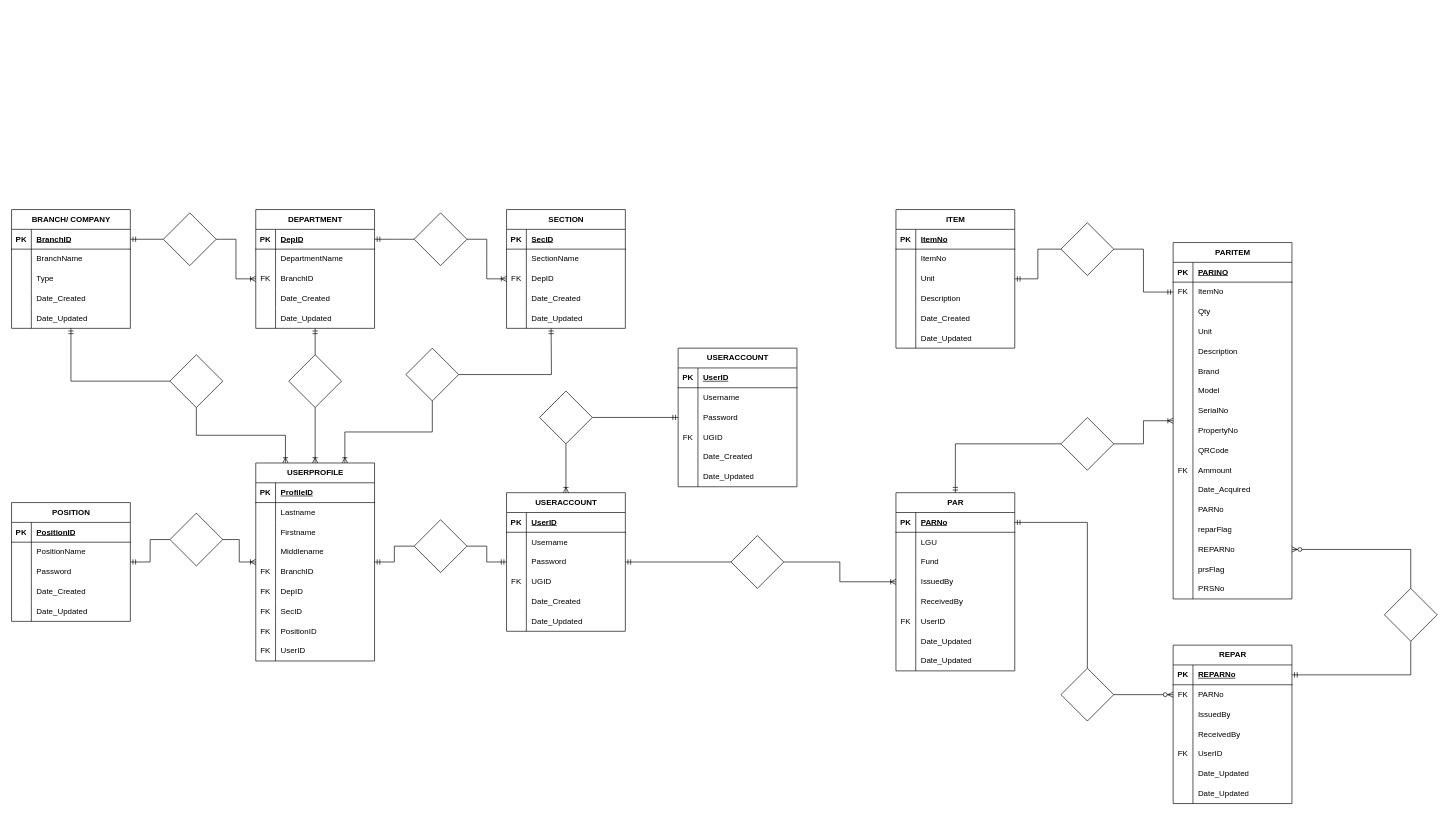
Above: page "ERD" (1 of 3) of DAVNORINV-Diagram.drawio in ediangca/DAVNORINV-Diagram (draw.io), before the change. Source tidied: cells renumbered, new cells numbered last; positions are measured from the earlier drawing's top-left corner, leaving out a move shared by most shapes. Both pictures are drawn from the tidied source at 66%, with x=0, y=0 at pixel (11, 209).
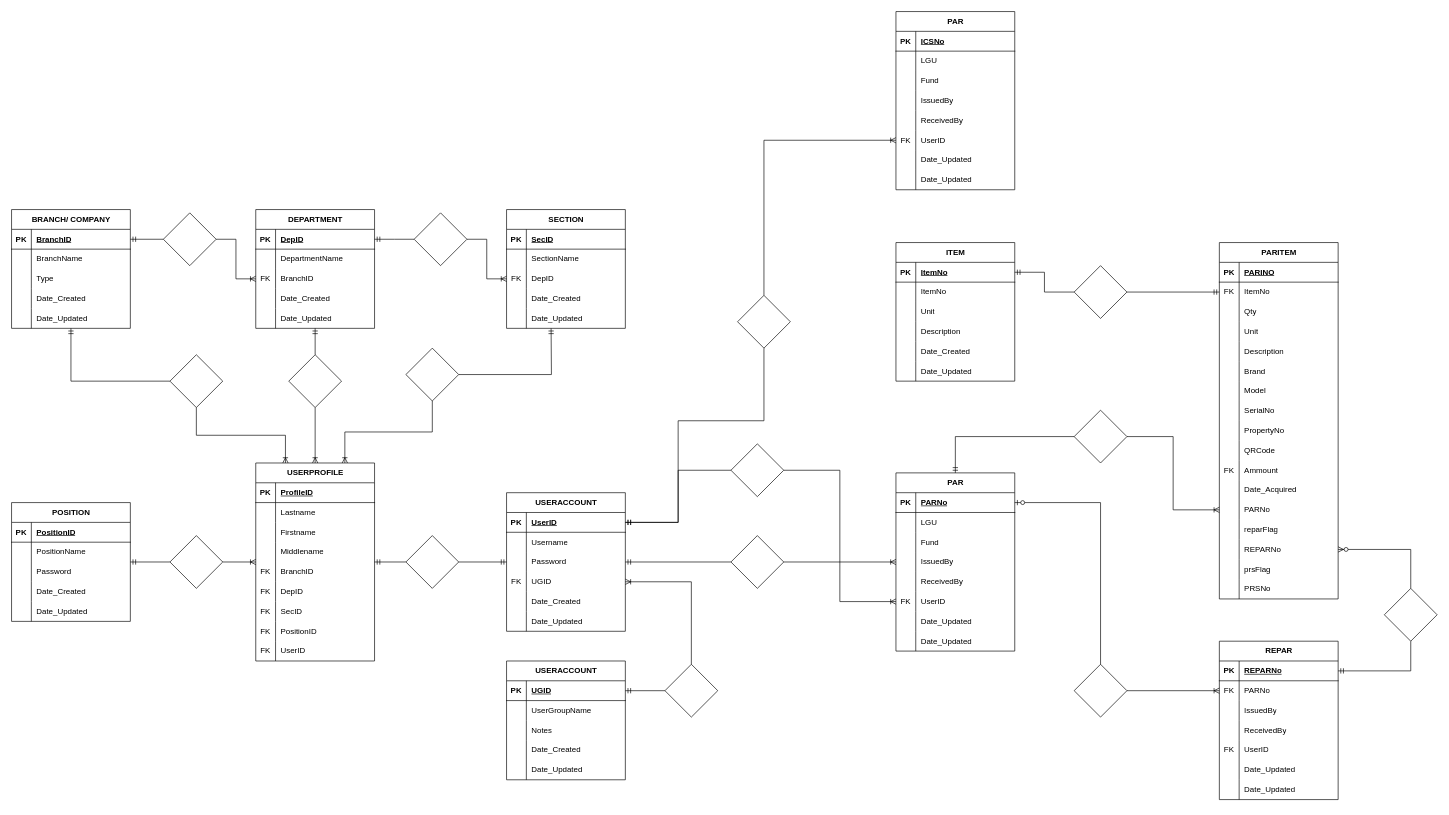
The same page after the edit.

Unchanged cells that the change refers to:
```xml
<mxCell id="56" value="USERACCOUNT" style="shape=table;startSize=30;childLayout=tableLayout;rowLines=0;fontStyle=1;align=center;html=1;" parent="1" vertex="1">
  <mxGeometry x="750" y="429" width="180" height="210" as="geometry" />
</mxCell>
<mxCell id="57" style="shape=tableRow;horizontal=0;startSize=0;swimlaneHead=0;swimlaneBody=0;fillColor=none;points=[[0,0.5],[1,0.5]];portConstraint=eastwest;top=0;left=0;right=0;bottom=1;" parent="56" vertex="1">
  <mxGeometry y="30" width="180" height="30" as="geometry" />
</mxCell>
<mxCell id="66" style="shape=tableRow;horizontal=0;startSize=0;swimlaneHead=0;swimlaneBody=0;fillColor=none;points=[[0,0.5],[1,0.5]];portConstraint=eastwest;top=0;left=0;right=0;bottom=0;" parent="56" vertex="1">
  <mxGeometry y="120" width="180" height="30" as="geometry" />
</mxCell>
<mxCell id="135" style="shape=tableRow;horizontal=0;startSize=0;swimlaneHead=0;swimlaneBody=0;fillColor=none;points=[[0,0.5],[1,0.5]];portConstraint=eastwest;top=0;left=0;right=0;bottom=1;" parent="134" vertex="1">
  <mxGeometry y="30" width="180" height="30" as="geometry" />
</mxCell>
<mxCell id="138" style="shape=tableRow;horizontal=0;startSize=0;swimlaneHead=0;swimlaneBody=0;fillColor=none;top=0;left=0;right=0;bottom=0;" parent="134" vertex="1">
  <mxGeometry y="60" width="180" height="30" as="geometry" />
</mxCell>
<mxCell id="141" style="shape=tableRow;horizontal=0;startSize=0;swimlaneHead=0;swimlaneBody=0;fillColor=none;top=0;left=0;right=0;bottom=0;" parent="134" vertex="1">
  <mxGeometry y="90" width="180" height="30" as="geometry" />
</mxCell>
<mxCell id="157" style="shape=tableRow;horizontal=0;startSize=0;swimlaneHead=0;swimlaneBody=0;fillColor=none;points=[[0,0.5],[1,0.5]];portConstraint=eastwest;top=0;left=0;right=0;bottom=1;" parent="156" vertex="1">
  <mxGeometry y="30" width="180" height="30" as="geometry" />
</mxCell>
<mxCell id="172" style="shape=tableRow;horizontal=0;startSize=0;swimlaneHead=0;swimlaneBody=0;fillColor=none;points=[[0,0.5],[1,0.5]];portConstraint=eastwest;top=0;left=0;right=0;bottom=0;" parent="156" vertex="1">
  <mxGeometry y="180" width="180" height="30" as="geometry" />
</mxCell>
<mxCell id="218" style="shape=tableRow;horizontal=0;startSize=0;swimlaneHead=0;swimlaneBody=0;fillColor=none;points=[[0,0.5],[1,0.5]];portConstraint=eastwest;top=0;left=0;right=0;bottom=0;" parent="181" vertex="1">
  <mxGeometry y="390" width="180" height="30" as="geometry" />
</mxCell>
<mxCell id="237" style="shape=tableRow;horizontal=0;startSize=0;swimlaneHead=0;swimlaneBody=0;fillColor=none;points=[[0,0.5],[1,0.5]];portConstraint=eastwest;top=0;left=0;right=0;bottom=1;" parent="236" vertex="1">
  <mxGeometry y="30" width="180" height="30" as="geometry" />
</mxCell>
<mxCell id="265" style="shape=tableRow;horizontal=0;startSize=0;swimlaneHead=0;swimlaneBody=0;fillColor=none;points=[[0,0.5],[1,0.5]];portConstraint=eastwest;top=0;left=0;right=0;bottom=0;" parent="261" vertex="1">
  <mxGeometry y="60" width="180" height="30" as="geometry" />
</mxCell>
```

Diff of the diagram source:
```diff
@@
     <mxCell id="112" style="rhombus;whiteSpace=wrap;html=1;startSize=30;fontStyle=1;" parent="1" vertex="1">
-      <mxGeometry x="610" y="470" width="80" height="80" as="geometry" />
+      <mxGeometry x="597.5" y="494" width="80" height="80" as="geometry" />
     </mxCell>
@@
     <mxCell id="131" style="rhombus;whiteSpace=wrap;html=1;startSize=30;fontStyle=1;" parent="1" vertex="1">
-      <mxGeometry x="240" y="460" width="80" height="80" as="geometry" />
+      <mxGeometry x="240" y="494" width="80" height="80" as="geometry" />
     </mxCell>
@@
     <mxCell id="134" value="USERACCOUNT" style="shape=table;startSize=30;childLayout=tableLayout;rowLines=0;fontStyle=1;align=center;html=1;" parent="1" vertex="1">
-      <mxGeometry x="1010" y="210" width="180" height="210" as="geometry" />
+      <mxGeometry x="750" y="684" width="180" height="180" as="geometry" />
     </mxCell>
@@
-    <mxCell id="137" value="UserID" style="shape=partialRectangle;fillColor=none;top=0;left=0;bottom=0;right=0;align=left;spacingLeft=6;fontStyle=5;overflow=hidden;whiteSpace=wrap;html=1;" parent="135" vertex="1">
+    <mxCell id="137" value="UGID" style="shape=partialRectangle;fillColor=none;top=0;left=0;bottom=0;right=0;align=left;spacingLeft=6;fontStyle=5;overflow=hidden;whiteSpace=wrap;html=1;" parent="135" vertex="1">
       <mxGeometry x="30" width="150" height="30" as="geometry" />
     </mxCell>
@@
-    <mxCell id="140" value="Username" style="shape=partialRectangle;fillColor=none;top=0;left=0;bottom=0;right=0;align=left;spacingLeft=6;overflow=hidden;whiteSpace=wrap;html=1;" parent="138" vertex="1">
+    <mxCell id="140" value="UserGroupName" style="shape=partialRectangle;fillColor=none;top=0;left=0;bottom=0;right=0;align=left;spacingLeft=6;overflow=hidden;whiteSpace=wrap;html=1;" parent="138" vertex="1">
       <mxGeometry x="30" width="150" height="30" as="geometry" />
     </mxCell>
@@
-    <mxCell id="143" value="Password" style="shape=partialRectangle;fillColor=none;top=0;left=0;bottom=0;right=0;align=left;spacingLeft=6;overflow=hidden;whiteSpace=wrap;html=1;" parent="141" vertex="1">
+    <mxCell id="143" value="Notes" style="shape=partialRectangle;fillColor=none;top=0;left=0;bottom=0;right=0;align=left;spacingLeft=6;overflow=hidden;whiteSpace=wrap;html=1;" parent="141" vertex="1">
       <mxGeometry x="30" width="150" height="30" as="geometry" />
     </mxCell>
-    <mxCell id="144" style="shape=tableRow;horizontal=0;startSize=0;swimlaneHead=0;swimlaneBody=0;fillColor=none;top=0;left=0;right=0;bottom=0;" parent="134" vertex="1">
-      <mxGeometry y="120" width="180" height="30" as="geometry" />
-    </mxCell>
-    <mxCell id="145" value="FK" style="shape=partialRectangle;fillColor=none;top=0;left=0;bottom=0;right=0;overflow=hidden;whiteSpace=wrap;html=1;" parent="144" vertex="1">
-      <mxGeometry width="30" height="30" as="geometry" />
-    </mxCell>
-    <mxCell id="146" value="UGID" style="shape=partialRectangle;fillColor=none;top=0;left=0;bottom=0;right=0;align=left;spacingLeft=6;overflow=hidden;whiteSpace=wrap;html=1;" parent="144" vertex="1">
-      <mxGeometry x="30" width="150" height="30" as="geometry" />
-    </mxCell>
     <mxCell id="147" style="shape=tableRow;horizontal=0;startSize=0;swimlaneHead=0;swimlaneBody=0;fillColor=none;top=0;left=0;right=0;bottom=0;" parent="134" vertex="1">
-      <mxGeometry y="150" width="180" height="30" as="geometry" />
+      <mxGeometry y="120" width="180" height="30" as="geometry" />
     </mxCell>
@@
     <mxCell id="150" style="shape=tableRow;horizontal=0;startSize=0;swimlaneHead=0;swimlaneBody=0;fillColor=none;top=0;left=0;right=0;bottom=0;" parent="134" vertex="1">
-      <mxGeometry y="180" width="180" height="30" as="geometry" />
+      <mxGeometry y="150" width="180" height="30" as="geometry" />
     </mxCell>
@@
     <mxCell id="153" style="rhombus;whiteSpace=wrap;html=1;startSize=30;fontStyle=1;" parent="1" vertex="1">
-      <mxGeometry x="800" y="275" width="80" height="80" as="geometry" />
+      <mxGeometry x="990" y="689" width="80" height="80" as="geometry" />
     </mxCell>
-    <mxCell id="154" style="edgeStyle=orthogonalEdgeStyle;fontSize=12;html=1;endArrow=ERoneToMany;rounded=0;exitX=0.5;exitY=1;exitDx=0;exitDy=0;endFill=0;" parent="1" edge="1" source="153" target="56">
+    <mxCell id="154" style="edgeStyle=orthogonalEdgeStyle;fontSize=12;html=1;endArrow=ERoneToMany;rounded=0;exitX=0.5;exitY=0;exitDx=0;exitDy=0;endFill=0;entryX=1;entryY=0.5;entryDx=0;entryDy=0;" parent="1" edge="1" source="153" target="66">
       <mxGeometry relative="1" as="geometry" />
     </mxCell>
-    <mxCell id="155" style="edgeStyle=orthogonalEdgeStyle;fontSize=12;html=1;endArrow=ERmandOne;rounded=0;exitX=1;exitY=0.5;exitDx=0;exitDy=0;" parent="1" edge="1" source="153" target="134">
+    <mxCell id="155" style="edgeStyle=orthogonalEdgeStyle;fontSize=12;html=1;endArrow=ERmandOne;rounded=0;exitX=0;exitY=0.5;exitDx=0;exitDy=0;entryX=1;entryY=0.5;entryDx=0;entryDy=0;" parent="1" edge="1" source="153" target="135">
       <mxGeometry relative="1" as="geometry" />
     </mxCell>
     <mxCell id="156" value="PAR" style="shape=table;startSize=30;childLayout=tableLayout;rowLines=0;fontStyle=1;align=center;html=1;" parent="1" vertex="1">
-      <mxGeometry x="1340" y="429" width="180" height="270" as="geometry" />
+      <mxGeometry x="1340" y="399" width="180" height="270" as="geometry" />
     </mxCell>
@@
     <mxCell id="181" value="PARITEM" style="shape=table;startSize=30;childLayout=tableLayout;rowLines=0;fontStyle=1;align=center;html=1;" parent="1" vertex="1">
-      <mxGeometry x="1760" y="50" width="180" height="540" as="geometry" />
+      <mxGeometry x="1830" y="50" width="180" height="540" as="geometry" />
     </mxCell>
@@
-    <mxCell id="233" style="rhombus;whiteSpace=wrap;html=1;startSize=30;fontStyle=1;" parent="1" vertex="1">
+    <mxCell id="233" style="rhombus;whiteSpace=wrap;html=1;startSize=30;fontStyle=0;" parent="1" vertex="1">
       <mxGeometry x="1090" y="494" width="80" height="80" as="geometry" />
     </mxCell>
@@
     <mxCell id="236" value="ITEM" style="shape=table;startSize=30;childLayout=tableLayout;rowLines=0;fontStyle=1;align=center;html=1;" parent="1" vertex="1">
-      <mxGeometry x="1340" width="180" height="210" as="geometry" />
+      <mxGeometry x="1340" y="50" width="180" height="210" as="geometry" />
     </mxCell>
@@
     <mxCell id="255" style="rhombus;whiteSpace=wrap;html=1;startSize=30;fontStyle=1;" parent="1" vertex="1">
-      <mxGeometry x="1590" y="315" width="80" height="80" as="geometry" />
+      <mxGeometry x="1610" y="304" width="80" height="80" as="geometry" />
     </mxCell>
@@
-    <mxCell id="257" style="edgeStyle=orthogonalEdgeStyle;fontSize=12;html=1;endArrow=ERoneToMany;rounded=0;exitX=1;exitY=0.5;exitDx=0;exitDy=0;endFill=0;" parent="1" edge="1" source="255" target="181">
+    <mxCell id="257" style="edgeStyle=orthogonalEdgeStyle;fontSize=12;html=1;endArrow=ERoneToMany;rounded=0;exitX=1;exitY=0.5;exitDx=0;exitDy=0;endFill=0;entryX=0;entryY=0.5;entryDx=0;entryDy=0;" parent="1" edge="1" source="255" target="218">
       <mxGeometry relative="1" as="geometry" />
     </mxCell>
     <mxCell id="258" style="rhombus;whiteSpace=wrap;html=1;startSize=30;fontStyle=1;" parent="1" vertex="1">
-      <mxGeometry x="1590" y="20" width="80" height="80" as="geometry" />
+      <mxGeometry x="1610" y="85" width="80" height="80" as="geometry" />
     </mxCell>
-    <mxCell id="259" style="edgeStyle=orthogonalEdgeStyle;fontSize=12;html=1;endArrow=ERmandOne;rounded=0;exitX=0;exitY=0.5;exitDx=0;exitDy=0;endFill=0;" parent="1" edge="1" source="258" target="236">
+    <mxCell id="259" style="edgeStyle=orthogonalEdgeStyle;fontSize=12;html=1;endArrow=ERmandOne;rounded=0;exitX=0;exitY=0.5;exitDx=0;exitDy=0;endFill=0;entryX=1;entryY=0.5;entryDx=0;entryDy=0;" parent="1" edge="1" source="258" target="237">
       <mxGeometry relative="1" as="geometry" />
     </mxCell>
@@
     <mxCell id="261" value="REPAR" style="shape=table;startSize=30;childLayout=tableLayout;rowLines=0;fontStyle=1;align=center;html=1;" parent="1" vertex="1">
-      <mxGeometry x="1760" y="660" width="180" height="240" as="geometry" />
+      <mxGeometry x="1830" y="654" width="180" height="240" as="geometry" />
     </mxCell>
@@
     <mxCell id="283" style="rhombus;whiteSpace=wrap;html=1;startSize=30;fontStyle=1;" parent="1" vertex="1">
-      <mxGeometry x="1590" y="695" width="80" height="80" as="geometry" />
+      <mxGeometry x="1610" y="689" width="80" height="80" as="geometry" />
     </mxCell>
-    <mxCell id="284" style="edgeStyle=orthogonalEdgeStyle;fontSize=12;html=1;endArrow=ERmandOne;rounded=0;exitX=0.5;exitY=0;exitDx=0;exitDy=0;endFill=0;entryX=1;entryY=0.5;entryDx=0;entryDy=0;" parent="1" edge="1" source="283" target="157">
-      <mxGeometry relative="1" as="geometry" />
-    </mxCell>
@@
-    <mxCell id="286" style="edgeStyle=orthogonalEdgeStyle;fontSize=12;html=1;endArrow=ERzeroToMany;endFill=1;rounded=0;exitX=1;exitY=0.5;exitDx=0;exitDy=0;entryX=0;entryY=0.5;entryDx=0;entryDy=0;" parent="1" edge="1" source="283" target="265">
-      <mxGeometry relative="1" as="geometry" />
-    </mxCell>
@@
+    <mxCell id="284" style="edgeStyle=orthogonalEdgeStyle;fontSize=12;html=1;endArrow=ERzeroToOne;endFill=1;rounded=0;entryX=1;entryY=0.5;entryDx=0;entryDy=0;exitX=0.5;exitY=0;exitDx=0;exitDy=0;" parent="1" edge="1" source="283" target="157">
+      <mxGeometry relative="1" as="geometry" />
+    </mxCell>
+    <mxCell id="286" style="edgeStyle=orthogonalEdgeStyle;fontSize=12;html=1;endArrow=ERoneToMany;rounded=0;entryX=0;entryY=0.5;entryDx=0;entryDy=0;exitX=1;exitY=0.5;exitDx=0;exitDy=0;" parent="1" edge="1" source="283" target="265">
+      <mxGeometry relative="1" as="geometry" />
+    </mxCell>
+    <mxCell id="289" style="rhombus;whiteSpace=wrap;html=1;startSize=30;fontStyle=1;" parent="1" vertex="1">
+      <mxGeometry x="1090" y="355" width="80" height="80" as="geometry" />
+    </mxCell>
+    <mxCell id="290" style="edgeStyle=orthogonalEdgeStyle;fontSize=12;html=1;endArrow=ERoneToMany;rounded=0;exitX=1;exitY=0.5;exitDx=0;exitDy=0;endFill=0;entryX=0;entryY=0.5;entryDx=0;entryDy=0;" parent="1" edge="1" source="289" target="172">
+      <mxGeometry relative="1" as="geometry" />
+    </mxCell>
+    <mxCell id="291" style="edgeStyle=orthogonalEdgeStyle;fontSize=12;html=1;endArrow=ERmandOne;rounded=0;exitX=0;exitY=0.5;exitDx=0;exitDy=0;endFill=0;entryX=1;entryY=0.5;entryDx=0;entryDy=0;" parent="1" edge="1" source="289" target="57">
+      <mxGeometry relative="1" as="geometry" />
+    </mxCell>
+    <mxCell id="292" style="rhombus;whiteSpace=wrap;html=1;startSize=30;fontStyle=1;" parent="1" vertex="1">
+      <mxGeometry x="1100" y="130" width="80" height="80" as="geometry" />
+    </mxCell>
+    <mxCell id="293" style="edgeStyle=orthogonalEdgeStyle;fontSize=12;html=1;endArrow=ERmandOne;rounded=0;exitX=0.5;exitY=1;exitDx=0;exitDy=0;endFill=0;entryX=1;entryY=0.5;entryDx=0;entryDy=0;" parent="1" edge="1" source="292" target="57">
+      <mxGeometry relative="1" as="geometry">
+        <Array as="points">
+          <mxPoint x="1140" y="320" />
+          <mxPoint x="1010" y="320" />
+          <mxPoint x="1010" y="474" />
+        </Array>
+      </mxGeometry>
+    </mxCell>
+    <mxCell id="294" value="PAR" style="shape=table;startSize=30;childLayout=tableLayout;rowLines=0;fontStyle=1;align=center;html=1;" parent="1" vertex="1">
+      <mxGeometry x="1340" y="-300" width="180" height="270" as="geometry" />
+    </mxCell>
+    <mxCell id="295" style="shape=tableRow;horizontal=0;startSize=0;swimlaneHead=0;swimlaneBody=0;fillColor=none;top=0;left=0;right=0;bottom=1;" parent="294" vertex="1">
+      <mxGeometry y="30" width="180" height="30" as="geometry" />
+    </mxCell>
+    <mxCell id="296" value="PK" style="shape=partialRectangle;fillColor=none;top=0;left=0;bottom=0;right=0;fontStyle=1;overflow=hidden;whiteSpace=wrap;html=1;" parent="295" vertex="1">
+      <mxGeometry width="30" height="30" as="geometry" />
+    </mxCell>
+    <mxCell id="297" value="ICSNo" style="shape=partialRectangle;fillColor=none;top=0;left=0;bottom=0;right=0;align=left;spacingLeft=6;fontStyle=5;overflow=hidden;whiteSpace=wrap;html=1;" parent="295" vertex="1">
+      <mxGeometry x="30" width="150" height="30" as="geometry" />
+    </mxCell>
+    <mxCell id="298" style="shape=tableRow;horizontal=0;startSize=0;swimlaneHead=0;swimlaneBody=0;fillColor=none;top=0;left=0;right=0;bottom=0;" parent="294" vertex="1">
+      <mxGeometry y="60" width="180" height="30" as="geometry" />
+    </mxCell>
+    <mxCell id="299" style="shape=partialRectangle;fillColor=none;top=0;left=0;bottom=0;right=0;overflow=hidden;whiteSpace=wrap;html=1;" parent="298" vertex="1">
+      <mxGeometry width="30" height="30" as="geometry" />
+    </mxCell>
+    <mxCell id="300" value="LGU" style="shape=partialRectangle;fillColor=none;top=0;left=0;bottom=0;right=0;align=left;spacingLeft=6;overflow=hidden;whiteSpace=wrap;html=1;" parent="298" vertex="1">
+      <mxGeometry x="30" width="150" height="30" as="geometry" />
+    </mxCell>
+    <mxCell id="301" style="shape=tableRow;horizontal=0;startSize=0;swimlaneHead=0;swimlaneBody=0;fillColor=none;top=0;left=0;right=0;bottom=0;" parent="294" vertex="1">
+      <mxGeometry y="90" width="180" height="30" as="geometry" />
+    </mxCell>
+    <mxCell id="302" style="shape=partialRectangle;fillColor=none;top=0;left=0;bottom=0;right=0;overflow=hidden;whiteSpace=wrap;html=1;" parent="301" vertex="1">
+      <mxGeometry width="30" height="30" as="geometry" />
+    </mxCell>
+    <mxCell id="303" value="Fund" style="shape=partialRectangle;fillColor=none;top=0;left=0;bottom=0;right=0;align=left;spacingLeft=6;overflow=hidden;whiteSpace=wrap;html=1;" parent="301" vertex="1">
+      <mxGeometry x="30" width="150" height="30" as="geometry" />
+    </mxCell>
+    <mxCell id="144" style="shape=tableRow;horizontal=0;startSize=0;swimlaneHead=0;swimlaneBody=0;fillColor=none;top=0;left=0;right=0;bottom=0;" parent="294" vertex="1">
+      <mxGeometry y="120" width="180" height="30" as="geometry" />
+    </mxCell>
+    <mxCell id="304" style="shape=partialRectangle;fillColor=none;top=0;left=0;bottom=0;right=0;overflow=hidden;whiteSpace=wrap;html=1;" parent="144" vertex="1">
+      <mxGeometry width="30" height="30" as="geometry" />
+    </mxCell>
+    <mxCell id="305" value="IssuedBy" style="shape=partialRectangle;fillColor=none;top=0;left=0;bottom=0;right=0;align=left;spacingLeft=6;overflow=hidden;whiteSpace=wrap;html=1;" parent="144" vertex="1">
+      <mxGeometry x="30" width="150" height="30" as="geometry" />
+    </mxCell>
+    <mxCell id="306" style="shape=tableRow;horizontal=0;startSize=0;swimlaneHead=0;swimlaneBody=0;fillColor=none;top=0;left=0;right=0;bottom=0;" parent="294" vertex="1">
+      <mxGeometry y="150" width="180" height="30" as="geometry" />
+    </mxCell>
+    <mxCell id="307" style="shape=partialRectangle;fillColor=none;top=0;left=0;bottom=0;right=0;overflow=hidden;whiteSpace=wrap;html=1;" parent="306" vertex="1">
+      <mxGeometry width="30" height="30" as="geometry" />
+    </mxCell>
+    <mxCell id="308" value="ReceivedBy" style="shape=partialRectangle;fillColor=none;top=0;left=0;bottom=0;right=0;align=left;spacingLeft=6;overflow=hidden;whiteSpace=wrap;html=1;" parent="306" vertex="1">
+      <mxGeometry x="30" width="150" height="30" as="geometry" />
+    </mxCell>
+    <mxCell id="309" style="shape=tableRow;horizontal=0;startSize=0;swimlaneHead=0;swimlaneBody=0;fillColor=none;points=[[0,0.5],[1,0.5]];portConstraint=eastwest;top=0;left=0;right=0;bottom=0;" parent="294" vertex="1">
+      <mxGeometry y="180" width="180" height="30" as="geometry" />
+    </mxCell>
+    <mxCell id="145" value="FK" style="shape=partialRectangle;fillColor=none;top=0;left=0;bottom=0;right=0;overflow=hidden;whiteSpace=wrap;html=1;" parent="309" vertex="1">
+      <mxGeometry width="30" height="30" as="geometry" />
+    </mxCell>
+    <mxCell id="310" value="UserID" style="shape=partialRectangle;fillColor=none;top=0;left=0;bottom=0;right=0;align=left;spacingLeft=6;overflow=hidden;whiteSpace=wrap;html=1;" parent="309" vertex="1">
+      <mxGeometry x="30" width="150" height="30" as="geometry" />
+    </mxCell>
+    <mxCell id="311" style="shape=tableRow;horizontal=0;startSize=0;swimlaneHead=0;swimlaneBody=0;fillColor=none;top=0;left=0;right=0;bottom=0;" parent="294" vertex="1">
+      <mxGeometry y="210" width="180" height="30" as="geometry" />
+    </mxCell>
+    <mxCell id="312" style="shape=partialRectangle;fillColor=none;top=0;left=0;bottom=0;right=0;overflow=hidden;whiteSpace=wrap;html=1;" parent="311" vertex="1">
+      <mxGeometry width="30" height="30" as="geometry" />
+    </mxCell>
+    <mxCell id="313" value="Date_Updated" style="shape=partialRectangle;fillColor=none;top=0;left=0;bottom=0;right=0;align=left;spacingLeft=6;overflow=hidden;whiteSpace=wrap;html=1;" parent="311" vertex="1">
+      <mxGeometry x="30" width="150" height="30" as="geometry" />
+    </mxCell>
+    <mxCell id="314" style="shape=tableRow;horizontal=0;startSize=0;swimlaneHead=0;swimlaneBody=0;fillColor=none;top=0;left=0;right=0;bottom=0;" parent="294" vertex="1">
+      <mxGeometry y="240" width="180" height="30" as="geometry" />
+    </mxCell>
+    <mxCell id="315" style="shape=partialRectangle;fillColor=none;top=0;left=0;bottom=0;right=0;overflow=hidden;whiteSpace=wrap;html=1;" parent="314" vertex="1">
+      <mxGeometry width="30" height="30" as="geometry" />
+    </mxCell>
+    <mxCell id="316" value="Date_Updated" style="shape=partialRectangle;fillColor=none;top=0;left=0;bottom=0;right=0;align=left;spacingLeft=6;overflow=hidden;whiteSpace=wrap;html=1;" parent="314" vertex="1">
+      <mxGeometry x="30" width="150" height="30" as="geometry" />
+    </mxCell>
+    <mxCell id="317" style="edgeStyle=orthogonalEdgeStyle;fontSize=12;html=1;endArrow=ERoneToMany;rounded=0;exitX=0.5;exitY=0;exitDx=0;exitDy=0;endFill=0;entryX=0;entryY=0.5;entryDx=0;entryDy=0;" parent="1" edge="1" source="292" target="309">
+      <mxGeometry relative="1" as="geometry" />
+    </mxCell>
```
